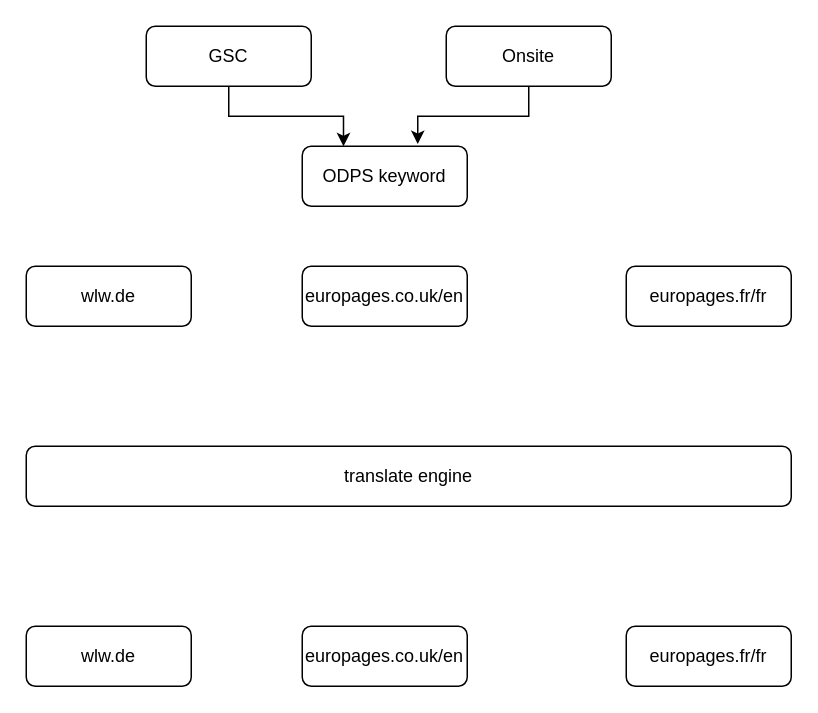
Before: translate.drawio in VisableHarry/seo-drawio, a draw.io diagram. Source tidied: cells renumbered, new cells numbered last; positions are measured from the earlier drawing's top-left corner, leaving out a move shared by most shapes. Both pictures are drawn from the tidied source at 150%, with x=0, y=0 at pixel (26, 26).
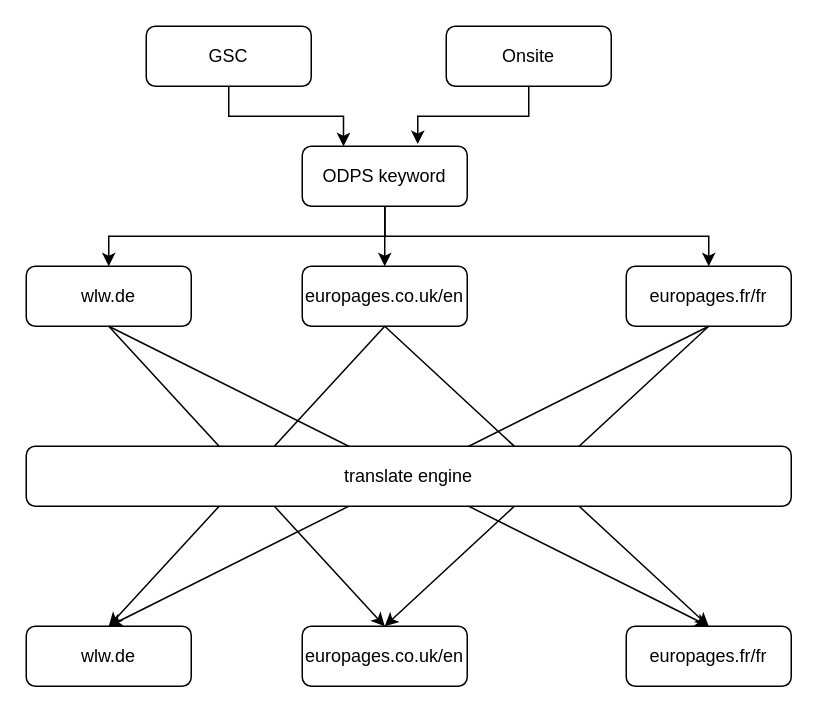
The same page after the edit.

Unchanged cells that the change refers to:
```xml
<mxCell id="2" value="ODPS keyword" style="rounded=1;whiteSpace=wrap;html=1;" parent="1" vertex="1">
  <mxGeometry x="184" y="80" width="110" height="40" as="geometry" />
</mxCell>
<mxCell id="7" value="wlw.de" style="rounded=1;whiteSpace=wrap;html=1;" parent="1" vertex="1">
  <mxGeometry y="160" width="110" height="40" as="geometry" />
</mxCell>
<mxCell id="8" value="europages.co.uk/en" style="rounded=1;whiteSpace=wrap;html=1;" parent="1" vertex="1">
  <mxGeometry x="184" y="160" width="110" height="40" as="geometry" />
</mxCell>
<mxCell id="9" value="europages.fr/fr" style="rounded=1;whiteSpace=wrap;html=1;" parent="1" vertex="1">
  <mxGeometry x="400" y="160" width="110" height="40" as="geometry" />
</mxCell>
<mxCell id="11" value="wlw.de" style="rounded=1;whiteSpace=wrap;html=1;" parent="1" vertex="1">
  <mxGeometry y="400" width="110" height="40" as="geometry" />
</mxCell>
<mxCell id="12" value="europages.co.uk/en" style="rounded=1;whiteSpace=wrap;html=1;" parent="1" vertex="1">
  <mxGeometry x="184" y="400" width="110" height="40" as="geometry" />
</mxCell>
<mxCell id="13" value="europages.fr/fr" style="rounded=1;whiteSpace=wrap;html=1;" parent="1" vertex="1">
  <mxGeometry x="400" y="400" width="110" height="40" as="geometry" />
</mxCell>
```

What changed in the source:
```diff
@@
+    <mxCell id="14" style="edgeStyle=orthogonalEdgeStyle;rounded=0;jettySize=auto;html=1;exitX=0.5;exitY=1;exitDx=0;exitDy=0;" parent="1" edge="1" source="2" target="7">
+      <mxGeometry relative="1" as="geometry" />
+    </mxCell>
+    <mxCell id="15" style="edgeStyle=orthogonalEdgeStyle;rounded=0;jettySize=auto;html=1;exitX=0.5;exitY=1;exitDx=0;exitDy=0;entryX=0.5;entryY=0;entryDx=0;entryDy=0;" parent="1" edge="1" source="2" target="8">
+      <mxGeometry relative="1" as="geometry" />
+    </mxCell>
+    <mxCell id="16" style="edgeStyle=orthogonalEdgeStyle;rounded=0;jettySize=auto;html=1;exitX=0.5;exitY=1;exitDx=0;exitDy=0;entryX=0.5;entryY=0;entryDx=0;entryDy=0;" parent="1" edge="1" source="2" target="9">
+      <mxGeometry relative="1" as="geometry" />
+    </mxCell>
@@
-    <mxCell id="10" value="translate engine" style="rounded=1;whiteSpace=wrap;html=1;" parent="1" vertex="1">
-      <mxGeometry y="280" width="510" height="40" as="geometry" />
-    </mxCell>
@@
+    <mxCell id="17" style="endArrow=classic;html=1;rounded=0;exitX=0.5;exitY=1;exitDx=0;exitDy=0;entryX=0.5;entryY=0;entryDx=0;entryDy=0;" parent="1" edge="1" source="7" target="12">
+      <mxGeometry relative="1" as="geometry" />
+    </mxCell>
+    <mxCell id="18" style="endArrow=classic;html=1;rounded=0;exitX=0.5;exitY=1;exitDx=0;exitDy=0;entryX=0.5;entryY=0;entryDx=0;entryDy=0;" parent="1" edge="1" source="7" target="13">
+      <mxGeometry relative="1" as="geometry" />
+    </mxCell>
+    <mxCell id="19" style="endArrow=classic;html=1;rounded=0;exitX=0.5;exitY=1;exitDx=0;exitDy=0;entryX=0.5;entryY=0;entryDx=0;entryDy=0;" parent="1" edge="1" source="8" target="11">
+      <mxGeometry relative="1" as="geometry" />
+    </mxCell>
+    <mxCell id="20" style="endArrow=classic;html=1;rounded=0;exitX=0.5;exitY=1;exitDx=0;exitDy=0;entryX=0.5;entryY=0;entryDx=0;entryDy=0;" parent="1" edge="1" source="8" target="13">
+      <mxGeometry relative="1" as="geometry" />
+    </mxCell>
+    <mxCell id="21" style="endArrow=classic;html=1;rounded=0;exitX=0.5;exitY=1;exitDx=0;exitDy=0;entryX=0.5;entryY=0;entryDx=0;entryDy=0;" parent="1" edge="1" source="9" target="11">
+      <mxGeometry relative="1" as="geometry" />
+    </mxCell>
+    <mxCell id="22" style="endArrow=classic;html=1;rounded=0;exitX=0.5;exitY=1;exitDx=0;exitDy=0;entryX=0.5;entryY=0;entryDx=0;entryDy=0;" parent="1" edge="1" source="9" target="12">
+      <mxGeometry relative="1" as="geometry" />
+    </mxCell>
+    <mxCell id="10" value="translate engine" style="rounded=1;whiteSpace=wrap;html=1;" parent="1" vertex="1">
+      <mxGeometry y="280" width="510" height="40" as="geometry" />
+    </mxCell>
```
